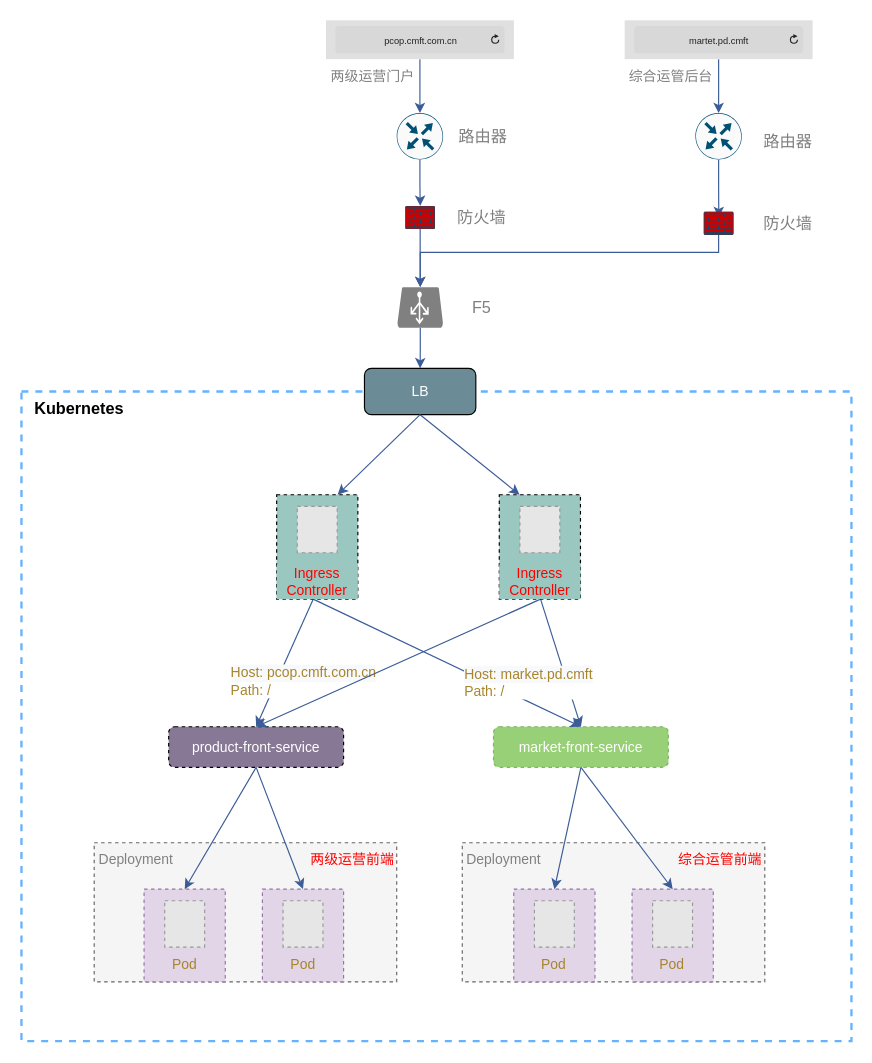
Earlier version of the draw.io diagram page "两级运营案例" (1 of 3) of drawio/network/Kubernetes网络.drawio (hezhuma/image-repo). Source tidied: cells renumbered, new cells numbered last; positions are measured from the earlier drawing's top-left corner, leaving out a move shared by most shapes. Both pictures are drawn from the tidied source at 116%, with x=0, y=0 at pixel (21, 20). Pictures stored in the file or linked from it are replaced by grey dashed boxes.
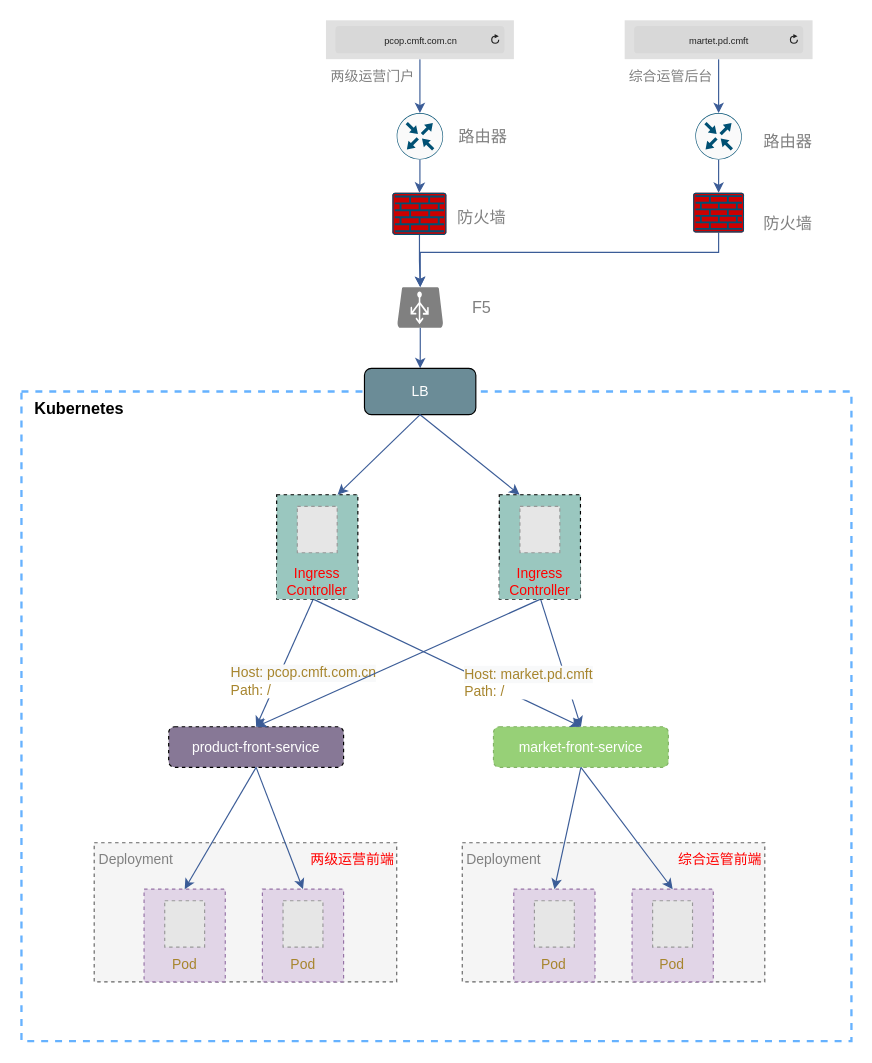
After the change.

The change refers to these unchanged cells:
```xml
<mxCell id="22" style="sketch=0;points=[[0.5,0,0],[1,0.5,0],[0.5,1,0],[0,0.5,0],[0.145,0.145,0],[0.8555,0.145,0],[0.855,0.8555,0],[0.145,0.855,0]];verticalLabelPosition=bottom;html=1;verticalAlign=top;align=center;shape=mxgraph.cisco19.rect;prIcon=router;fillColor=#FAFAFA;strokeColor=#005073;fontColor=#808080;" parent="1" vertex="1">
  <mxGeometry x="581" y="80" width="40" height="40" as="geometry" />
</mxCell>
```

Change to the diagram source:
```diff
@@
     <mxCell id="12" style="points=[[0.015,0.015,0],[0.985,0.015,0],[0.985,0.985,0],[0.015,0.985,0],[0.25,0,0],[0.5,0,0],[0.75,0,0],[1,0.25,0],[1,0.5,0],[1,0.75,0],[0.75,1,0],[0.5,1,0],[0.25,1,0],[0,0.75,0],[0,0.5,0],[0,0.25,0]];verticalLabelPosition=bottom;html=1;verticalAlign=top;align=center;shape=mxgraph.cisco19.rect;prIcon=firewall;fillColor=#CC0000;strokeColor=#005073;" parent="1" vertex="1">
-      <mxGeometry x="330.9" y="160" width="25.6" height="20" as="geometry" />
+      <mxGeometry x="319.8" y="148.7" width="46.5" height="36.3" as="geometry" />
     </mxCell>
@@
-    <mxCell id="21" style="edgeStyle=orthogonalEdgeStyle;rounded=0;jettySize=auto;html=1;entryX=0.506;entryY=0.234;entryDx=0;entryDy=0;entryPerimeter=0;strokeColor=#3B5C97;fontColor=#808080;" parent="1" edge="1" source="22" target="26">
+    <mxCell id="21" style="edgeStyle=orthogonalEdgeStyle;rounded=0;jettySize=auto;html=1;entryX=0.5;entryY=0;entryDx=0;entryDy=0;entryPerimeter=0;strokeColor=#3B5C97;fontColor=#808080;" parent="1" edge="1" source="22" target="26">
       <mxGeometry relative="1" as="geometry" />
     </mxCell>
@@
     <mxCell id="26" style="points=[[0.015,0.015,0],[0.985,0.015,0],[0.985,0.985,0],[0.015,0.985,0],[0.25,0,0],[0.5,0,0],[0.75,0,0],[1,0.25,0],[1,0.5,0],[1,0.75,0],[0.75,1,0],[0.5,1,0],[0.25,1,0],[0,0.75,0],[0,0.5,0],[0,0.25,0]];verticalLabelPosition=bottom;html=1;verticalAlign=top;align=center;shape=mxgraph.cisco19.rect;prIcon=firewall;fillColor=#CC0000;strokeColor=#005073;" parent="1" vertex="1">
-      <mxGeometry x="588.2" y="165" width="25.6" height="20" as="geometry" />
+      <mxGeometry x="579.1" y="148.7" width="43.8" height="34.2" as="geometry" />
     </mxCell>
```
